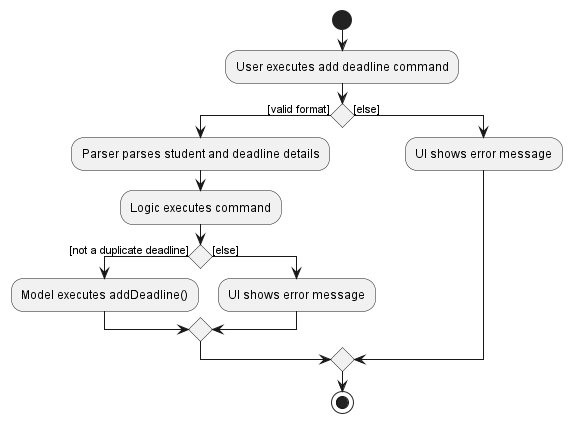
Earlier version of the PlantUML export docs/images/AddDeadlineActivityDiagram.png (nus-cs2103-AY2223S1/tp). Its diagram source:
```plantuml
@startuml
start
:User executes add deadline command;


if () then ([valid format])
    :Parser parses student and deadline details;
    :Logic executes command;
    if () then ([not a duplicate deadline])
        :Model executes addDeadline();
    else ([else])
        :UI shows error message;
       endif
else ([else])
    :UI shows error message;
endif
stop
@enduml
```
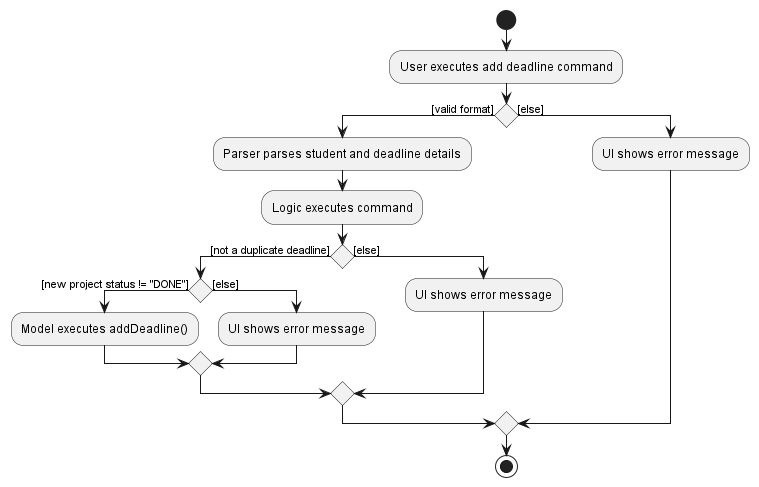
Later version of the same file.

Commit message:
Edit errors in diagrams and spelling mistakes

Diff of the diagram source:
```diff
@@ -7,7 +7,11 @@
     :Parser parses student and deadline details;
     :Logic executes command;
     if () then ([not a duplicate deadline])
-        :Model executes addDeadline();
+                    if () then ([new project status != "DONE"])
+                        :Model executes addDeadline();
+                    else ([else])
+                        :UI shows error message;
+                       endif
     else ([else])
         :UI shows error message;
        endif
```
